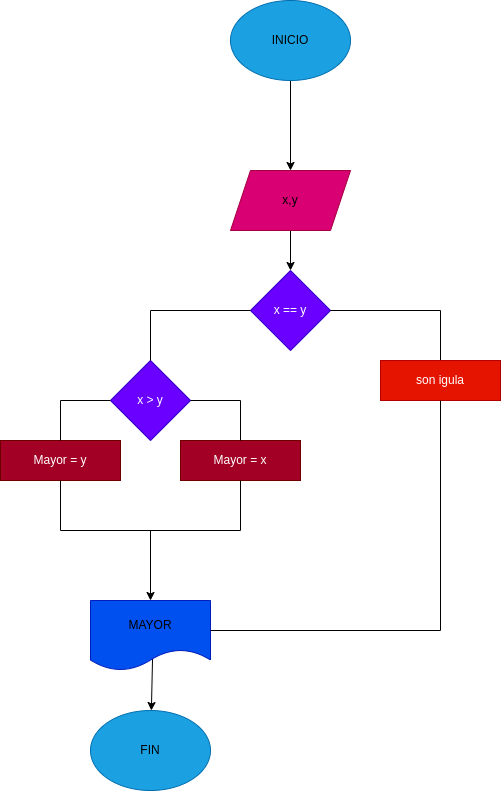
This is diagrama.png from Luzaraque3/Mayor_2enteros, a draw.io export, as it was before one commit. Source tidied: cells renumbered, new cells last; positions are measured from the earlier drawing's top-left corner, leaving out a move shared by most shapes.
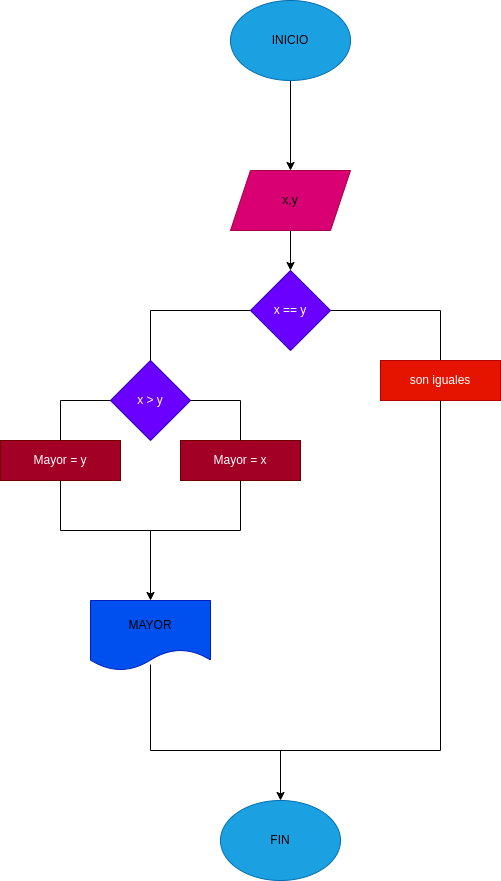
The same diagram one commit later.

Commit message:
Se agrego diagrama, progama y README

The edit, as a diff of the source:
```diff
@@ -28,11 +28,8 @@
       </mxGeometry>
     </mxCell>
     <mxCell id="9" value="&lt;font color=&quot;#000000&quot;&gt;FIN&lt;/font&gt;" style="ellipse;whiteSpace=wrap;html=1;fillColor=#1ba1e2;fontColor=#ffffff;strokeColor=#006EAF;" parent="1" vertex="1">
-      <mxGeometry x="90" y="710" width="120" height="80" as="geometry" />
+      <mxGeometry x="220" y="800" width="120" height="80" as="geometry" />
     </mxCell>
-    <mxCell id="10" style="edgeStyle=none;html=1;exitX=0.517;exitY=0.829;exitDx=0;exitDy=0;exitPerimeter=0;" parent="1" edge="1" source="11" target="9">
-      <mxGeometry relative="1" as="geometry" />
-    </mxCell>
     <mxCell id="11" value="&lt;font color=&quot;#000000&quot;&gt;MAYOR&lt;/font&gt;" style="shape=document;whiteSpace=wrap;html=1;boundedLbl=1;fontColor=#ffffff;fillColor=#0050ef;strokeColor=#001DBC;" parent="1" vertex="1">
       <mxGeometry x="90" y="600" width="120" height="70" as="geometry" />
     </mxCell>
@@ -45,7 +42,7 @@
     <mxCell id="14" value="x &amp;gt; y" style="rhombus;whiteSpace=wrap;html=1;fontColor=#ffffff;fillColor=#6a00ff;strokeColor=#3700CC;" parent="1" vertex="1">
       <mxGeometry x="110" y="360" width="80" height="80" as="geometry" />
     </mxCell>
-    <mxCell id="15" value="son igula" style="rounded=0;whiteSpace=wrap;html=1;fontColor=#ffffff;fillColor=#e51400;strokeColor=#B20000;" parent="1" vertex="1">
+    <mxCell id="15" value="son iguales" style="rounded=0;whiteSpace=wrap;html=1;fontColor=#ffffff;fillColor=#e51400;strokeColor=#B20000;" parent="1" vertex="1">
       <mxGeometry x="380" y="360" width="120" height="40" as="geometry" />
     </mxCell>
     <mxCell id="16" style="endArrow=none;html=1;fontColor=#000000;entryX=0;entryY=0.5;entryDx=0;entryDy=0;" parent="1" edge="1" target="6">
@@ -104,14 +101,24 @@
     </mxCell>
     <mxCell id="26" style="endArrow=none;html=1;entryX=0.5;entryY=1;entryDx=0;entryDy=0;" parent="1" edge="1" target="15">
       <mxGeometry relative="1" as="geometry">
-        <mxPoint x="440" y="630" as="sourcePoint" />
+        <mxPoint x="440" y="750" as="sourcePoint" />
       </mxGeometry>
     </mxCell>
     <mxCell id="27" style="endArrow=none;html=1;" parent="1" edge="1">
       <mxGeometry relative="1" as="geometry">
-        <mxPoint x="210" y="630" as="sourcePoint" />
-        <mxPoint x="440" y="630" as="targetPoint" />
+        <mxPoint x="150" y="750" as="sourcePoint" />
+        <mxPoint x="440" y="750" as="targetPoint" />
       </mxGeometry>
     </mxCell>
+    <mxCell id="28" style="endArrow=none;html=1;entryX=0.5;entryY=0.914;entryDx=0;entryDy=0;entryPerimeter=0;" parent="1" edge="1" target="11">
+      <mxGeometry relative="1" as="geometry">
+        <mxPoint x="150" y="750" as="sourcePoint" />
+      </mxGeometry>
+    </mxCell>
+    <mxCell id="29" style="endArrow=classic;html=1;entryX=0.5;entryY=0;entryDx=0;entryDy=0;" parent="1" edge="1" target="9">
+      <mxGeometry relative="1" as="geometry">
+        <mxPoint x="280" y="750" as="sourcePoint" />
+      </mxGeometry>
+    </mxCell>
   </root>
 </mxGraphModel>
```
